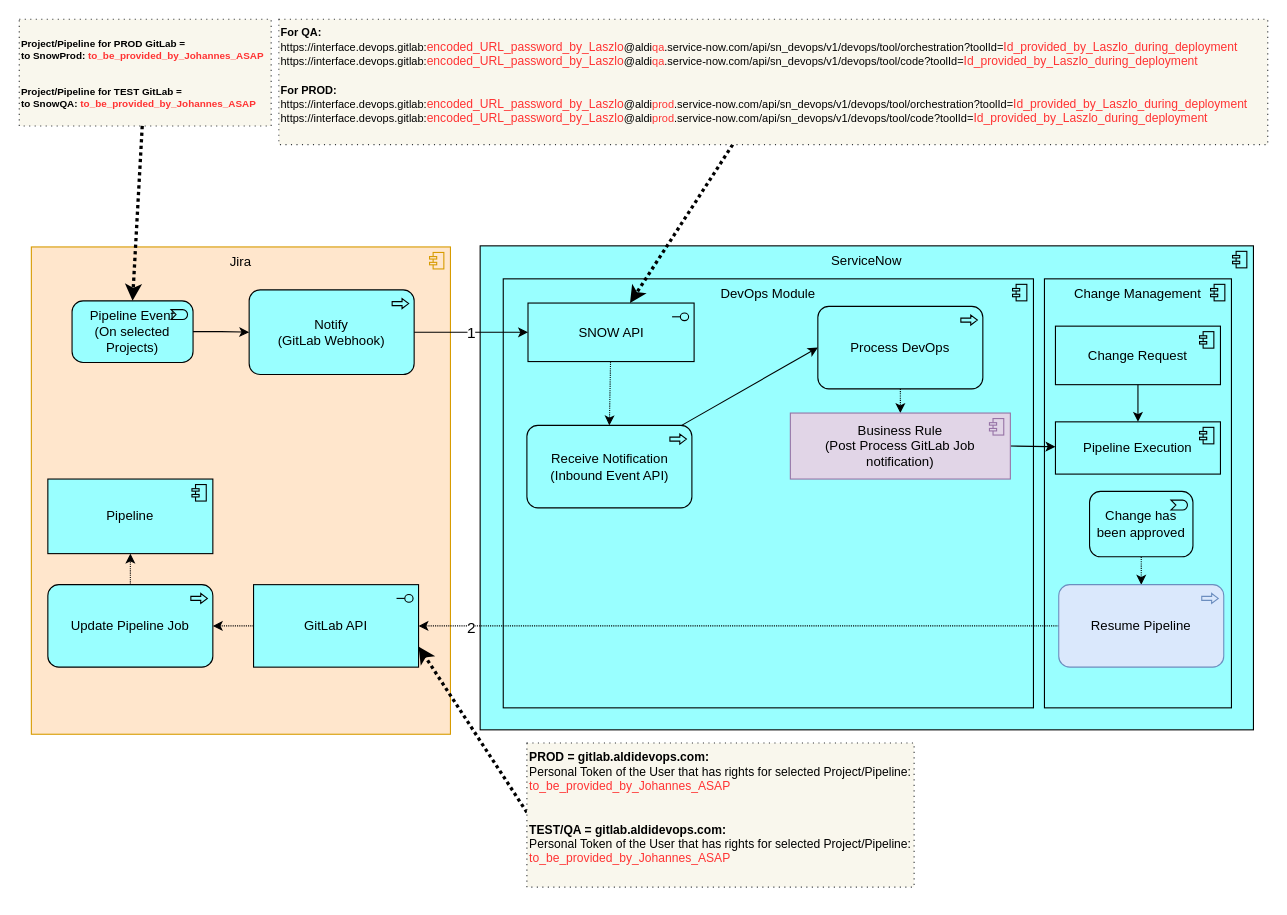
Earlier version of the draw.io diagram page "GitLab2SNOW" (6 of 6) of SnowJira.drawio (algimas/tmp). Source tidied: cells renumbered, new cells numbered last; positions are measured from the earlier drawing's top-left corner, leaving out a move shared by most shapes. Both pictures are drawn from the tidied source at 110%, with x=0, y=0 at pixel (19, 19).
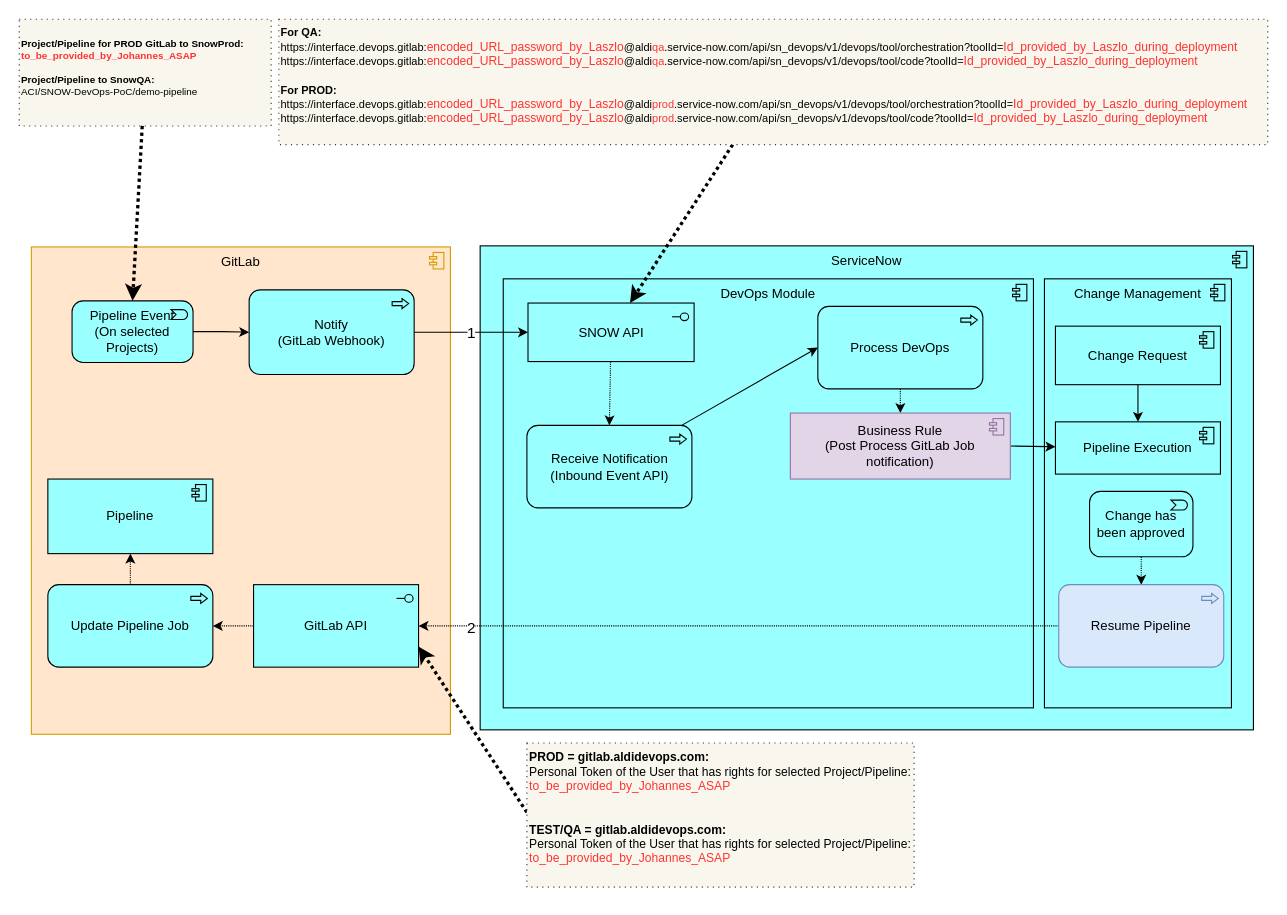
Above is the later version.

The edit, as a diff of the source:
```diff
@@
-    <mxCell id="2" value="Jira" style="html=1;whiteSpace=wrap;fillColor=#ffe6cc;shape=mxgraph.archimate3.application;appType=comp;archiType=square;verticalAlign=top;strokeColor=#d79b00;" parent="1" vertex="1">
+    <mxCell id="2" value="GitLab" style="html=1;whiteSpace=wrap;fillColor=#ffe6cc;shape=mxgraph.archimate3.application;appType=comp;archiType=square;verticalAlign=top;strokeColor=#d79b00;" parent="1" vertex="1">
       <mxGeometry x="11" y="207" width="381" height="443" as="geometry" />
     </mxCell>
@@
-    <mxCell id="32" value="&lt;div style=&quot;font-size: 9px;&quot;&gt;&lt;br style=&quot;font-size: 9px;&quot;&gt;&lt;div style=&quot;font-size: 9px;&quot;&gt;&lt;font style=&quot;font-size: 9px;&quot;&gt;&lt;b style=&quot;font-size: 9px;&quot;&gt;Project/Pipeline for PROD GitLab =&lt;/b&gt;&lt;/font&gt;&lt;/div&gt;&lt;div style=&quot;font-size: 9px;&quot;&gt;&lt;font style=&quot;font-size: 9px;&quot;&gt;&lt;b style=&quot;font-size: 9px;&quot;&gt;to SnowProd: &lt;/b&gt;&lt;/font&gt;&lt;font style=&quot;font-size: 9px;&quot;&gt;&lt;b style=&quot;font-size: 9px;&quot;&gt;&lt;font style=&quot;font-size: 9px;&quot; color=&quot;#FF3333&quot;&gt;to_be_provided_by_Johannes_ASAP&lt;/font&gt;&lt;/b&gt;&lt;/font&gt;&lt;/div&gt;&lt;div style=&quot;font-size: 9px;&quot;&gt;&lt;font style=&quot;font-size: 9px;&quot;&gt;&lt;b style=&quot;font-size: 9px;&quot;&gt;&lt;br style=&quot;font-size: 9px;&quot;&gt;&lt;/b&gt;&lt;/font&gt;&lt;/div&gt;&lt;div style=&quot;font-size: 9px;&quot;&gt;&lt;br style=&quot;font-size: 9px;&quot;&gt;&lt;div style=&quot;font-size: 9px;&quot;&gt;&lt;font style=&quot;font-size: 9px;&quot;&gt;&lt;b style=&quot;font-size: 9px;&quot;&gt;Project/Pipeline for TEST GitLab =&lt;/b&gt;&lt;/font&gt;&lt;/div&gt;&lt;div style=&quot;font-size: 9px;&quot;&gt;&lt;font style=&quot;font-size: 9px;&quot;&gt;&lt;b style=&quot;font-size: 9px;&quot;&gt;to SnowQA: &lt;/b&gt;&lt;/font&gt;&lt;font style=&quot;font-size: 9px;&quot;&gt;&lt;b style=&quot;font-size: 9px;&quot;&gt;&lt;font style=&quot;font-size: 9px;&quot; color=&quot;#FF3333&quot;&gt;to_be_provided_by_Johannes_ASAP&lt;/font&gt;&lt;/b&gt;&lt;/font&gt;&lt;/div&gt;&lt;/div&gt;&lt;/div&gt;" style="strokeWidth=1;shadow=0;dashed=1;align=center;html=1;shape=mxgraph.mockup.text.bulletedList;textColor=#666666;mainText=,,,,;textSize=17;bulletStyle=none;strokeColor=#36393d;fillColor=#f9f7ed;align=left;verticalAlign=top;fontSize=9;dashPattern=1 4;" parent="1" vertex="1">
+    <mxCell id="32" value="&lt;div style=&quot;font-size: 9px&quot;&gt;&lt;br style=&quot;font-size: 9px&quot;&gt;&lt;div style=&quot;font-size: 9px&quot;&gt;&lt;font style=&quot;font-size: 9px&quot;&gt;&lt;b style=&quot;font-size: 9px&quot;&gt;Project/Pipeline for PROD GitLab to SnowProd:&lt;/b&gt;&lt;/font&gt;&lt;/div&gt;&lt;div style=&quot;font-size: 9px&quot;&gt;&lt;font style=&quot;font-size: 9px&quot;&gt;&lt;b style=&quot;font-size: 9px&quot;&gt; &lt;/b&gt;&lt;/font&gt;&lt;font style=&quot;font-size: 9px&quot;&gt;&lt;b style=&quot;font-size: 9px&quot;&gt;&lt;font style=&quot;font-size: 9px&quot; color=&quot;#FF3333&quot;&gt;to_be_provided_by_Johannes_ASAP&lt;/font&gt;&lt;/b&gt;&lt;/font&gt;&lt;/div&gt;&lt;div style=&quot;font-size: 9px&quot;&gt;&lt;br style=&quot;font-size: 9px&quot;&gt;&lt;div style=&quot;font-size: 9px&quot;&gt;&lt;font style=&quot;font-size: 9px&quot;&gt;&lt;b style=&quot;font-size: 9px&quot;&gt;Project/Pipeline to SnowQA:&lt;/b&gt;&lt;/font&gt;&lt;/div&gt;&lt;div style=&quot;font-size: 9px&quot;&gt;ACI/SNOW-DevOps-PoC/demo-pipeline&lt;br&gt;&lt;br&gt;&lt;br&gt;&lt;br&gt;&lt;br&gt;&lt;br&gt;&lt;br&gt;&lt;br&gt;&lt;br&gt;&lt;br&gt;&lt;br&gt;&lt;br&gt;&lt;font style=&quot;font-size: 9px&quot;&gt;&lt;b style=&quot;font-size: 9px&quot;&gt;&lt;font style=&quot;font-size: 9px&quot; color=&quot;#FF3333&quot;&gt;&lt;/font&gt;&lt;/b&gt;&lt;/font&gt;&lt;/div&gt;&lt;/div&gt;&lt;/div&gt;" style="strokeWidth=1;shadow=0;dashed=1;align=center;html=1;shape=mxgraph.mockup.text.bulletedList;textColor=#666666;mainText=,,,,;textSize=17;bulletStyle=none;strokeColor=#36393d;fillColor=#f9f7ed;align=left;verticalAlign=top;fontSize=9;dashPattern=1 4;" parent="1" vertex="1">
       <mxGeometry width="229" height="97" as="geometry" />
     </mxCell>
```
